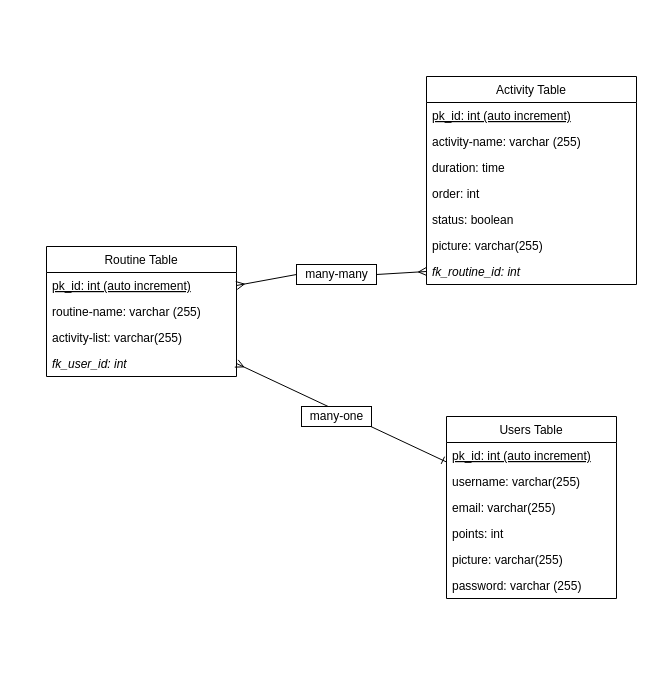
Earlier version of the draw.io diagram page "db-structure" (1 of 2) of db-drawings/morning-routine.drawio (DarioDominkovic/BE-Project-Team-2). Source tidied: cells renumbered, new cells numbered last; positions are measured from the earlier drawing's top-left corner, leaving out a move shared by most shapes. Both pictures are drawn from the tidied source at 100%, with x=0, y=0 at pixel (46, 76).
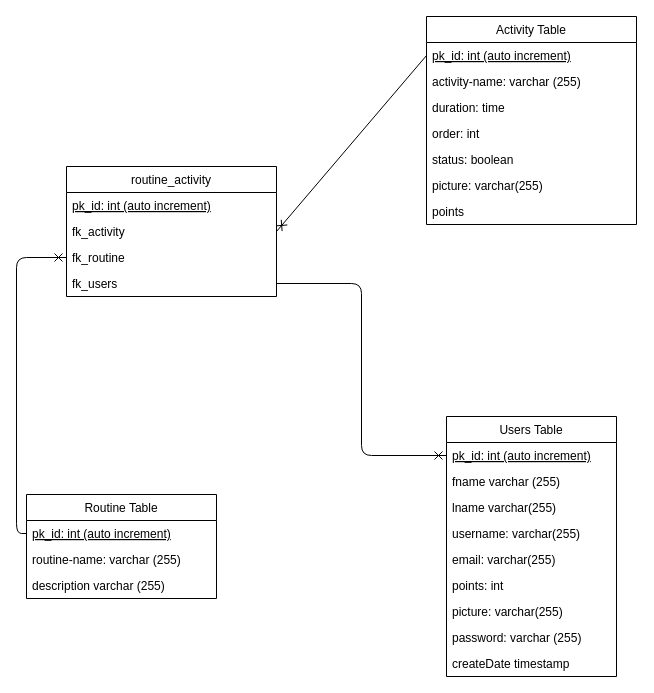
The same diagram, later.

Unchanged cells that the change refers to:
```xml
<mxCell id="3" value="pk_id: int (auto increment)" style="text;strokeColor=none;fillColor=none;align=left;verticalAlign=top;spacingLeft=4;spacingRight=4;overflow=hidden;points=[[0,0.5],[1,0.5]];portConstraint=eastwest;fontStyle=4;" parent="2" vertex="1">
  <mxGeometry y="26" width="190" height="26" as="geometry" />
</mxCell>
<mxCell id="8" value="pk_id: int (auto increment)" style="text;strokeColor=none;fillColor=none;align=left;verticalAlign=top;spacingLeft=4;spacingRight=4;overflow=hidden;points=[[0,0.5],[1,0.5]];portConstraint=eastwest;fontStyle=4;" parent="7" vertex="1">
  <mxGeometry y="26" width="210" height="26" as="geometry" />
</mxCell>
<mxCell id="16" value="pk_id: int (auto increment)" style="text;strokeColor=none;fillColor=none;align=left;verticalAlign=top;spacingLeft=4;spacingRight=4;overflow=hidden;points=[[0,0.5],[1,0.5]];portConstraint=eastwest;fontStyle=4;" parent="15" vertex="1">
  <mxGeometry y="26" width="170" height="26" as="geometry" />
</mxCell>
```

Change to the diagram source:
```diff
@@
     <mxCell id="2" value="Routine Table" style="swimlane;fontStyle=0;horizontal=1;startSize=26;fillColor=none;" parent="1" vertex="1">
-      <mxGeometry y="170" width="190" height="130" as="geometry" />
+      <mxGeometry x="-20" y="418" width="190" height="104" as="geometry" />
     </mxCell>
@@
-    <mxCell id="5" value="activity-list: varchar(255)" style="text;strokeColor=none;fillColor=none;align=left;verticalAlign=top;spacingLeft=4;spacingRight=4;overflow=hidden;" parent="2" vertex="1">
-      <mxGeometry y="78" width="190" height="26" as="geometry" />
-    </mxCell>
-    <mxCell id="6" value="fk_user_id: int" style="text;strokeColor=none;fillColor=none;align=left;verticalAlign=top;spacingLeft=4;spacingRight=4;overflow=hidden;points=[[0,0.5],[1,0.5]];portConstraint=eastwest;fontStyle=2;" parent="2" vertex="1">
-      <mxGeometry y="104" width="190" height="26" as="geometry" />
-    </mxCell>
+    <mxCell id="27" value="description varchar (255)" style="text;strokeColor=none;fillColor=none;align=left;verticalAlign=top;spacingLeft=4;spacingRight=4;overflow=hidden;" parent="2" vertex="1">
+      <mxGeometry y="78" width="190" height="26" as="geometry" />
+    </mxCell>
     <mxCell id="7" value="Activity Table" style="swimlane;fontStyle=0;horizontal=1;startSize=26;fillColor=none;" parent="1" vertex="1">
-      <mxGeometry x="380" width="210" height="208" as="geometry" />
+      <mxGeometry x="380" y="-60" width="210" height="208" as="geometry" />
     </mxCell>
@@
-    <mxCell id="14" value="fk_routine_id: int" style="text;strokeColor=none;fillColor=none;align=left;verticalAlign=top;spacingLeft=4;spacingRight=4;overflow=hidden;points=[[0,0.5],[1,0.5]];portConstraint=eastwest;fontStyle=2;" parent="7" vertex="1">
-      <mxGeometry y="182" width="210" height="26" as="geometry" />
-    </mxCell>
+    <mxCell id="28" value="points" style="text;strokeColor=none;fillColor=none;align=left;verticalAlign=top;spacingLeft=4;spacingRight=4;overflow=hidden;" parent="7" vertex="1">
+      <mxGeometry y="182" width="210" height="26" as="geometry" />
+    </mxCell>
     <mxCell id="15" value="Users Table" style="swimlane;fontStyle=0;horizontal=1;startSize=26;fillColor=none;" parent="1" vertex="1">
-      <mxGeometry x="400" y="340" width="170" height="182" as="geometry" />
+      <mxGeometry x="400" y="340" width="170" height="260" as="geometry" />
     </mxCell>
@@
+    <mxCell id="29" value="fname varchar (255)" style="text;strokeColor=none;fillColor=none;align=left;verticalAlign=top;spacingLeft=4;spacingRight=4;overflow=hidden;" parent="15" vertex="1">
+      <mxGeometry y="52" width="170" height="26" as="geometry" />
+    </mxCell>
+    <mxCell id="30" value="lname varchar(255)" style="text;strokeColor=none;fillColor=none;align=left;verticalAlign=top;spacingLeft=4;spacingRight=4;overflow=hidden;" parent="15" vertex="1">
+      <mxGeometry y="78" width="170" height="26" as="geometry" />
+    </mxCell>
     <mxCell id="17" value="username: varchar(255)" style="text;strokeColor=none;fillColor=none;align=left;verticalAlign=top;spacingLeft=4;spacingRight=4;overflow=hidden;" parent="15" vertex="1">
-      <mxGeometry y="52" width="170" height="26" as="geometry" />
+      <mxGeometry y="104" width="170" height="26" as="geometry" />
     </mxCell>
     <mxCell id="18" value="email: varchar(255)" style="text;strokeColor=none;fillColor=none;align=left;verticalAlign=top;spacingLeft=4;spacingRight=4;overflow=hidden;" parent="15" vertex="1">
-      <mxGeometry y="78" width="170" height="26" as="geometry" />
+      <mxGeometry y="130" width="170" height="26" as="geometry" />
     </mxCell>
     <mxCell id="19" value="points: int" style="text;strokeColor=none;fillColor=none;align=left;verticalAlign=top;spacingLeft=4;spacingRight=4;overflow=hidden;" parent="15" vertex="1">
-      <mxGeometry y="104" width="170" height="26" as="geometry" />
+      <mxGeometry y="156" width="170" height="26" as="geometry" />
     </mxCell>
     <mxCell id="20" value="picture: varchar(255)" style="text;strokeColor=none;fillColor=none;align=left;verticalAlign=top;spacingLeft=4;spacingRight=4;overflow=hidden;" parent="15" vertex="1">
-      <mxGeometry y="130" width="170" height="26" as="geometry" />
+      <mxGeometry y="182" width="170" height="26" as="geometry" />
     </mxCell>
     <mxCell id="21" value="password: varchar (255)" style="text;strokeColor=none;fillColor=none;align=left;verticalAlign=top;spacingLeft=4;spacingRight=4;overflow=hidden;" parent="15" vertex="1">
-      <mxGeometry y="156" width="170" height="26" as="geometry" />
+      <mxGeometry y="208" width="170" height="26" as="geometry" />
     </mxCell>
-    <mxCell id="22" style="edgeStyle=none;html=1;exitX=1;exitY=0.5;exitDx=0;exitDy=0;entryX=0;entryY=0.5;entryDx=0;entryDy=0;startArrow=none;startFill=0;endArrow=ERmany;endFill=0;" parent="1" edge="1" source="26" target="14">
-      <mxGeometry relative="1" as="geometry" />
-    </mxCell>
-    <mxCell id="23" style="edgeStyle=none;html=1;exitX=1;exitY=0.5;exitDx=0;exitDy=0;entryX=0;entryY=0.25;entryDx=0;entryDy=0;startArrow=ERmany;startFill=0;endArrow=ERone;endFill=0;" parent="1" edge="1" source="6" target="15">
-      <mxGeometry relative="1" as="geometry" />
-    </mxCell>
-    <mxCell id="24" value="many-one" style="html=1;" parent="1" vertex="1">
-      <mxGeometry x="255" y="330" width="70" height="20" as="geometry" />
-    </mxCell>
-    <mxCell id="25" style="edgeStyle=none;html=1;exitX=1;exitY=0.5;exitDx=0;exitDy=0;entryX=0;entryY=0.5;entryDx=0;entryDy=0;startArrow=ERmany;startFill=0;endArrow=none;endFill=0;" parent="1" edge="1" source="3" target="26">
-      <mxGeometry relative="1" as="geometry" />
-    </mxCell>
-    <mxCell id="26" value="many-many" style="html=1;" parent="1" vertex="1">
-      <mxGeometry x="250" y="188" width="80" height="20" as="geometry" />
-    </mxCell>
+    <mxCell id="31" value="createDate timestamp" style="text;strokeColor=none;fillColor=none;align=left;verticalAlign=top;spacingLeft=4;spacingRight=4;overflow=hidden;" parent="15" vertex="1">
+      <mxGeometry y="234" width="170" height="26" as="geometry" />
+    </mxCell>
+    <mxCell id="32" value="routine_activity" style="swimlane;fontStyle=0;horizontal=1;startSize=26;fillColor=none;" parent="1" vertex="1">
+      <mxGeometry x="20" y="90" width="210" height="130" as="geometry" />
+    </mxCell>
+    <mxCell id="33" value="pk_id: int (auto increment)" style="text;strokeColor=none;fillColor=none;align=left;verticalAlign=top;spacingLeft=4;spacingRight=4;overflow=hidden;fontStyle=4;" parent="32" vertex="1">
+      <mxGeometry y="26" width="210" height="26" as="geometry" />
+    </mxCell>
+    <mxCell id="34" value="fk_activity" style="text;strokeColor=none;fillColor=none;align=left;verticalAlign=top;spacingLeft=4;spacingRight=4;overflow=hidden;points=[[0,0.5],[1,0.5]];portConstraint=eastwest;" parent="32" vertex="1">
+      <mxGeometry y="52" width="210" height="26" as="geometry" />
+    </mxCell>
+    <mxCell id="35" value="fk_routine" style="text;strokeColor=none;fillColor=none;align=left;verticalAlign=top;spacingLeft=4;spacingRight=4;overflow=hidden;points=[[0,0.5],[1,0.5]];portConstraint=eastwest;" parent="32" vertex="1">
+      <mxGeometry y="78" width="210" height="26" as="geometry" />
+    </mxCell>
+    <mxCell id="36" value="fk_users" style="text;strokeColor=none;fillColor=none;align=left;verticalAlign=top;spacingLeft=4;spacingRight=4;overflow=hidden;points=[[0,0.5],[1,0.5]];portConstraint=eastwest;" parent="32" vertex="1">
+      <mxGeometry y="104" width="210" height="26" as="geometry" />
+    </mxCell>
+    <mxCell id="37" style="edgeStyle=none;html=1;exitX=0;exitY=0.5;exitDx=0;exitDy=0;entryX=1;entryY=0.5;entryDx=0;entryDy=0;endArrow=cross;endFill=0;" parent="1" edge="1" source="8" target="34">
+      <mxGeometry relative="1" as="geometry" />
+    </mxCell>
+    <mxCell id="38" style="edgeStyle=orthogonalEdgeStyle;html=1;exitX=0;exitY=0.5;exitDx=0;exitDy=0;entryX=0;entryY=0.5;entryDx=0;entryDy=0;endArrow=cross;endFill=0;" parent="1" edge="1" source="3" target="35">
+      <mxGeometry relative="1" as="geometry" />
+    </mxCell>
+    <mxCell id="39" style="edgeStyle=orthogonalEdgeStyle;html=1;exitX=1;exitY=0.5;exitDx=0;exitDy=0;entryX=0;entryY=0.5;entryDx=0;entryDy=0;endArrow=cross;endFill=0;" parent="1" edge="1" source="36" target="16">
+      <mxGeometry relative="1" as="geometry" />
+    </mxCell>
```
